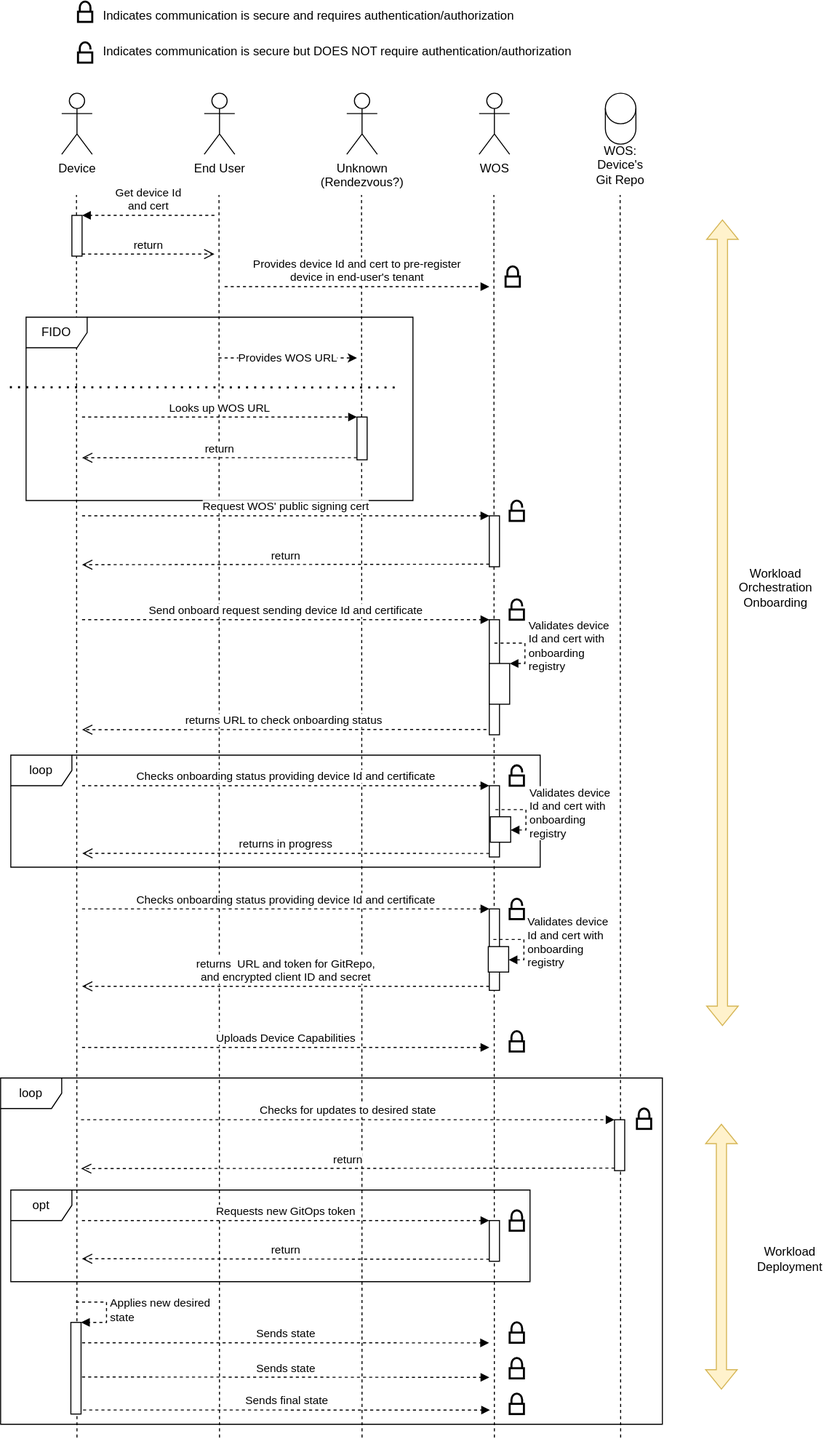
Earlier version of the draw.io export system-design/figures/margo-interface-generic.drawio.svg (margo/specification). Source tidied: cells renumbered, new cells last; positions are measured from the earlier drawing's top-left corner, leaving out a move shared by most shapes.
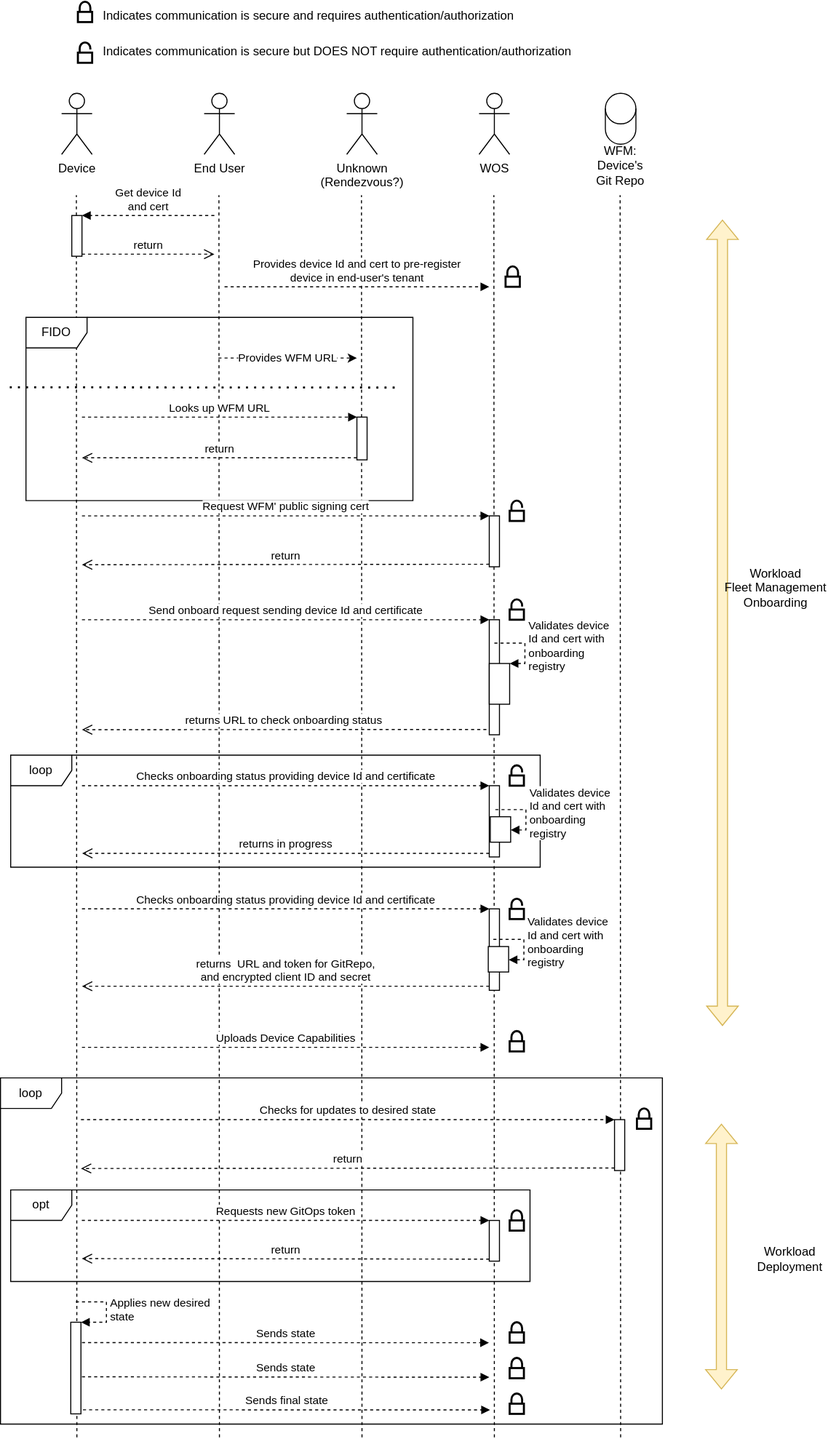
After the commit.

Diff of the diagram source:
```diff
@@ -17,7 +17,7 @@
     <mxCell id="6" style="shape=cylinder3;whiteSpace=wrap;html=1;boundedLbl=1;backgroundOutline=1;size=15;" parent="5" vertex="1">
       <mxGeometry x="15" width="30" height="50" as="geometry" />
     </mxCell>
-    <mxCell id="7" value="WOS: Device's Git Repo" style="text;html=1;strokeColor=none;fillColor=none;align=center;verticalAlign=middle;whiteSpace=wrap;rounded=0;" parent="5" vertex="1">
+    <mxCell id="7" value="WFM: Device's Git Repo" style="text;html=1;strokeColor=none;fillColor=none;align=center;verticalAlign=middle;whiteSpace=wrap;rounded=0;" parent="5" vertex="1">
       <mxGeometry y="56" width="60" height="30" as="geometry" />
     </mxCell>
     <mxCell id="8" value="Unknown&lt;br&gt;&amp;nbsp;(Rendezvous?)" style="shape=umlActor;verticalLabelPosition=bottom;verticalAlign=top;html=1;" parent="1" vertex="1">
@@ -81,7 +81,7 @@
         <mxPoint x="390" y="379" as="targetPoint" />
       </mxGeometry>
     </mxCell>
-    <mxCell id="20" value="Provides WOS URL" style="endArrow=classic;html=1;rounded=0;dashed=1;strokeWidth=1;" parent="1" edge="1">
+    <mxCell id="20" value="Provides WFM URL" style="endArrow=classic;html=1;rounded=0;dashed=1;strokeWidth=1;" parent="1" edge="1">
       <mxGeometry relative="1" as="geometry">
         <mxPoint x="214" y="350" as="sourcePoint" />
         <mxPoint x="350" y="350" as="targetPoint" />
@@ -90,7 +90,7 @@
     <mxCell id="21" style="html=1;points=[];perimeter=orthogonalPerimeter;" parent="1" vertex="1">
       <mxGeometry x="350" y="408" width="10" height="42" as="geometry" />
     </mxCell>
-    <mxCell id="22" value="Looks up WOS URL" style="html=1;verticalAlign=bottom;endArrow=block;entryX=0;entryY=0;rounded=0;dashed=1;strokeWidth=1;" parent="1" edge="1" target="21">
+    <mxCell id="22" value="Looks up WFM URL" style="html=1;verticalAlign=bottom;endArrow=block;entryX=0;entryY=0;rounded=0;dashed=1;strokeWidth=1;" parent="1" edge="1" target="21">
       <mxGeometry relative="1" as="geometry">
         <mxPoint x="80" y="408" as="sourcePoint" />
       </mxGeometry>
@@ -116,7 +116,7 @@
     <mxCell id="27" style="html=1;points=[];perimeter=orthogonalPerimeter;" parent="1" vertex="1">
       <mxGeometry x="480" y="505" width="10" height="50" as="geometry" />
     </mxCell>
-    <mxCell id="28" value="Request WOS' public signing cert" style="html=1;verticalAlign=bottom;endArrow=block;rounded=0;dashed=1;strokeWidth=1;" parent="1" edge="1" target="27">
+    <mxCell id="28" value="Request WFM' public signing cert" style="html=1;verticalAlign=bottom;endArrow=block;rounded=0;dashed=1;strokeWidth=1;" parent="1" edge="1" target="27">
       <mxGeometry relative="1" as="geometry">
         <mxPoint x="80" y="505" as="sourcePoint" />
       </mxGeometry>
@@ -301,8 +301,8 @@
         <mxPoint x="709" y="214" as="targetPoint" />
       </mxGeometry>
     </mxCell>
-    <mxCell id="73" value="Workload&lt;br&gt;Orchestration&lt;br&gt;Onboarding" style="text;html=1;align=center;verticalAlign=middle;strokeColor=none;fillColor=none;" parent="1" vertex="1">
-      <mxGeometry x="716" y="548" width="90" height="55" as="geometry" />
+    <mxCell id="73" value="Workload&lt;div&gt;Fleet Management&lt;/div&gt;&lt;div&gt;Onboarding&lt;/div&gt;" style="text;html=1;align=center;verticalAlign=middle;strokeColor=none;fillColor=none;" parent="1" vertex="1">
+      <mxGeometry x="702" y="548" width="118" height="55" as="geometry" />
     </mxCell>
     <mxCell id="74" style="shape=flexArrow;endArrow=classic;startArrow=classic;html=1;rounded=0;fillColor=#fff2cc;strokeColor=#d6b656;" parent="1" edge="1">
       <mxGeometry relative="1" as="geometry">
```
